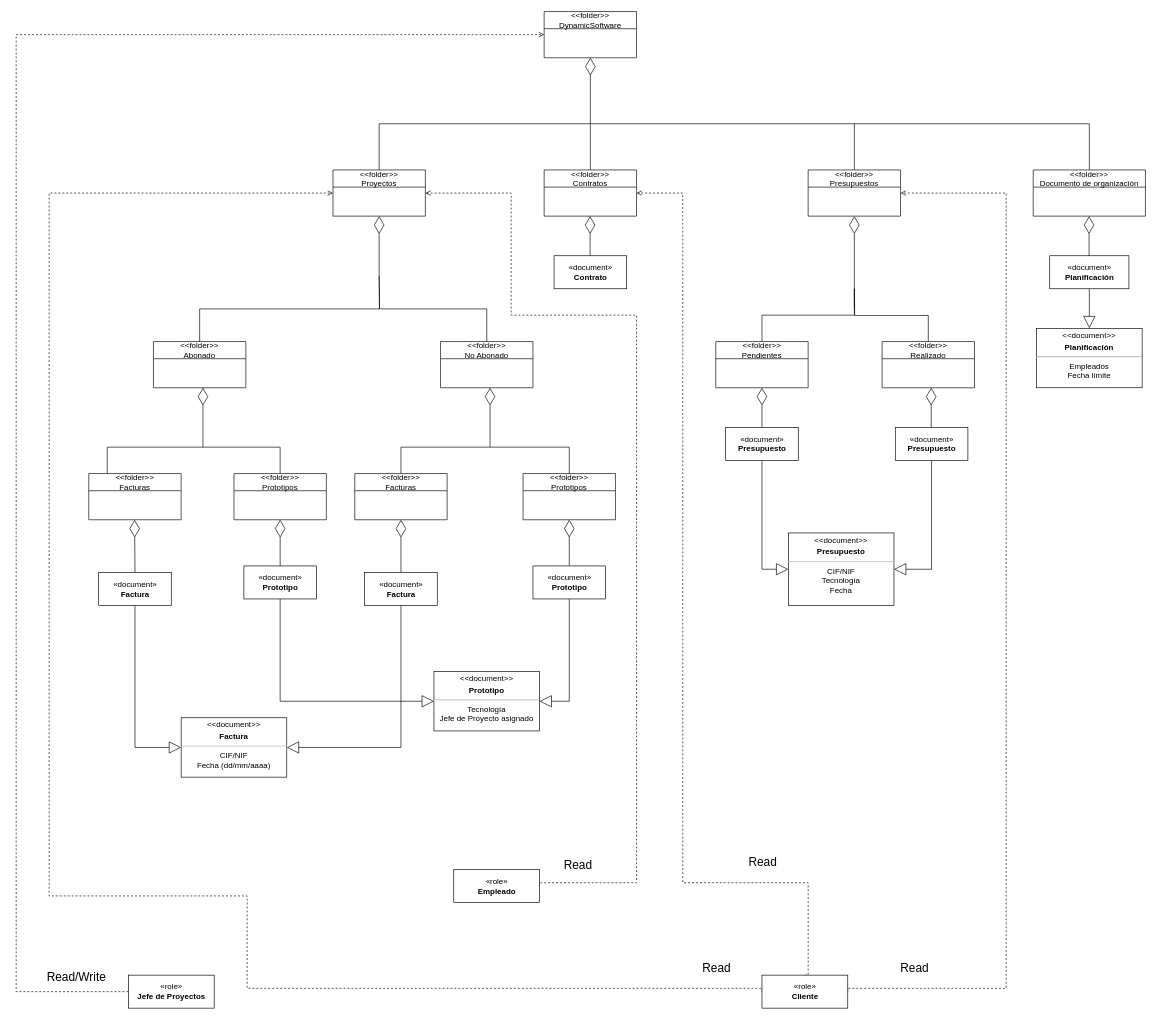
Above: Entrega 4 (19 Noviembre)/Documentación Análisis/Análisis UML DMS v2.drawio in EsDeSepa/GSI-2122-G04 (draw.io), before the change. Source tidied: cells renumbered, new cells numbered last; positions are measured from the earlier drawing's top-left corner, leaving out a move shared by most shapes. Both pictures are drawn from the tidied source at 66%, with x=0, y=0 at pixel (16, 11).
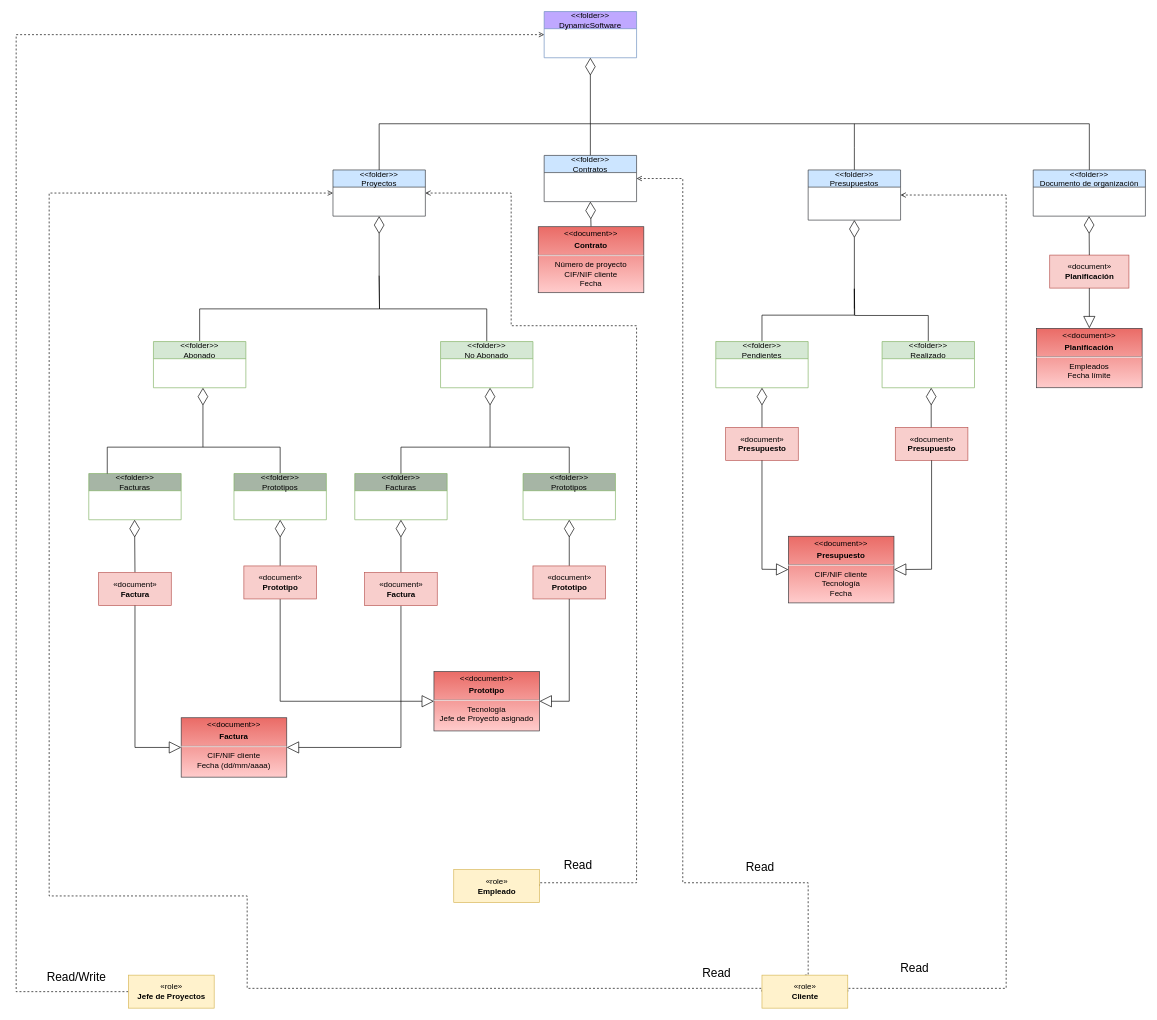
Above is the later version.

Commit message:
Modificacón coloración UML v2 para DMS-2

Diff of the diagram source:
```diff
@@
-    <mxCell id="2" value="&lt;&lt;folder&gt;&gt;&#10;DynamicSoftware" style="swimlane;fontStyle=0;horizontal=1;startSize=26;fillColor=none;" parent="1" vertex="1">
+    <mxCell id="2" value="&lt;&lt;folder&gt;&gt;&#10;DynamicSoftware" style="swimlane;fontStyle=0;horizontal=1;startSize=26;fillColor=#BFA8FF;strokeColor=#6c8ebf;" parent="1" vertex="1">
       <mxGeometry x="800" width="140" height="70" as="geometry" />
     </mxCell>
@@
-    <mxCell id="4" value="&lt;&lt;folder&gt;&gt;&#10;Contratos" style="swimlane;fontStyle=0;horizontal=1;startSize=26;fillColor=none;" parent="1" vertex="1">
-      <mxGeometry x="800" y="240" width="140" height="70" as="geometry" />
+    <mxCell id="4" value="&lt;&lt;folder&gt;&gt;&#10;Contratos" style="swimlane;fontStyle=0;horizontal=1;startSize=26;fillColor=#cce5ff;strokeColor=#36393d;" parent="1" vertex="1">
+      <mxGeometry x="800" y="218" width="140" height="70" as="geometry" />
     </mxCell>
-    <mxCell id="5" value="&lt;&lt;folder&gt;&gt;&#10;Facturas" style="swimlane;fontStyle=0;horizontal=1;startSize=26;fillColor=none;" parent="1" vertex="1">
+    <mxCell id="5" value="&lt;&lt;folder&gt;&gt;&#10;Facturas" style="swimlane;fontStyle=0;horizontal=1;startSize=26;fillColor=#A6B5A5;strokeColor=#82b366;" parent="1" vertex="1">
       <mxGeometry x="110" y="700" width="140" height="70" as="geometry" />
     </mxCell>
-    <mxCell id="6" value="&lt;&lt;folder&gt;&gt;&#10;Proyectos" style="swimlane;fontStyle=0;horizontal=1;startSize=26;fillColor=none;" parent="1" vertex="1">
+    <mxCell id="6" value="&lt;&lt;folder&gt;&gt;&#10;Proyectos" style="swimlane;fontStyle=0;horizontal=1;startSize=26;fillColor=#cce5ff;strokeColor=#36393d;" parent="1" vertex="1">
       <mxGeometry x="480" y="240" width="140" height="70" as="geometry" />
     </mxCell>
@@
-    <mxCell id="9" value="&lt;&lt;folder&gt;&gt;&#10;Presupuestos" style="swimlane;fontStyle=0;horizontal=1;startSize=26;fillColor=none;" parent="1" vertex="1">
-      <mxGeometry x="1200" y="240" width="140" height="70" as="geometry" />
+    <mxCell id="9" value="&lt;&lt;folder&gt;&gt;&#10;Presupuestos" style="swimlane;fontStyle=0;horizontal=1;startSize=26;fillColor=#cce5ff;strokeColor=#36393d;" parent="1" vertex="1">
+      <mxGeometry x="1200" y="240" width="140" height="76" as="geometry" />
     </mxCell>
@@
-    <mxCell id="11" value="&lt;&lt;folder&gt;&gt;&#10;Documento de organización" style="swimlane;fontStyle=0;horizontal=1;startSize=26;fillColor=none;" parent="1" vertex="1">
+    <mxCell id="11" value="&lt;&lt;folder&gt;&gt;&#10;Documento de organización" style="swimlane;fontStyle=0;horizontal=1;startSize=26;fillColor=#cce5ff;strokeColor=#36393d;" parent="1" vertex="1">
       <mxGeometry x="1541" y="240" width="170" height="70" as="geometry" />
     </mxCell>
@@
-    <mxCell id="15" value="&lt;&lt;folder&gt;&gt;&#10;Prototipos" style="swimlane;fontStyle=0;horizontal=1;startSize=26;fillColor=none;" parent="1" vertex="1">
+    <mxCell id="15" value="&lt;&lt;folder&gt;&gt;&#10;Prototipos" style="swimlane;fontStyle=0;horizontal=1;startSize=26;fillColor=#A6B5A5;strokeColor=#82b366;" parent="1" vertex="1">
       <mxGeometry x="330" y="700" width="140" height="70" as="geometry" />
     </mxCell>
@@
-    <mxCell id="18" value="«document»&lt;br&gt;&lt;b&gt;Contrato&lt;/b&gt;" style="html=1;" parent="1" vertex="1">
-      <mxGeometry x="815" y="370" width="110" height="50" as="geometry" />
-    </mxCell>
-    <mxCell id="19" style="endArrow=diamondThin;endFill=0;endSize=24;html=1;rounded=0;entryX=0.5;entryY=1;entryDx=0;entryDy=0;" parent="1" edge="1">
-      <mxGeometry relative="1" as="geometry">
-        <mxPoint x="869.6" y="370" as="sourcePoint" />
-        <mxPoint x="869.6" y="310" as="targetPoint" />
-      </mxGeometry>
+    <mxCell id="19" style="endArrow=diamondThin;endFill=0;endSize=24;html=1;rounded=0;entryX=0.5;entryY=1;entryDx=0;entryDy=0;exitX=0.5;exitY=0;exitDx=0;exitDy=0;" parent="1" edge="1" source="71" target="4">
+      <mxGeometry relative="1" as="geometry" />
     </mxCell>
-    <mxCell id="20" value="«document»&lt;br&gt;&lt;b&gt;Presupuesto&lt;/b&gt;" style="html=1;" parent="1" vertex="1">
+    <mxCell id="20" value="«document»&lt;br&gt;&lt;b&gt;Presupuesto&lt;/b&gt;" style="html=1;fillColor=#f8cecc;strokeColor=#b85450;" parent="1" vertex="1">
       <mxGeometry x="1075" y="630" width="110" height="50" as="geometry" />
     </mxCell>
-    <mxCell id="21" value="«document»&lt;br&gt;&lt;b&gt;Planificación&lt;/b&gt;" style="html=1;" parent="1" vertex="1">
-      <mxGeometry x="1566" y="370" width="120" height="50" as="geometry" />
+    <mxCell id="21" value="«document»&lt;br&gt;&lt;b&gt;Planificación&lt;/b&gt;" style="html=1;fillColor=#f8cecc;strokeColor=#b85450;" parent="1" vertex="1">
+      <mxGeometry x="1566" y="369" width="120" height="50" as="geometry" />
     </mxCell>
-    <mxCell id="22" style="endArrow=diamondThin;endFill=0;endSize=24;html=1;rounded=0;entryX=0.5;entryY=1;entryDx=0;entryDy=0;" parent="1" edge="1">
+    <mxCell id="22" style="endArrow=diamondThin;endFill=0;endSize=24;html=1;rounded=0;entryX=0.5;entryY=1;entryDx=0;entryDy=0;exitX=0.5;exitY=0;exitDx=0;exitDy=0;" parent="1" edge="1" source="21">
       <mxGeometry relative="1" as="geometry">
-        <mxPoint x="1625.6" y="370" as="sourcePoint" />
         <mxPoint x="1625.6" y="310" as="targetPoint" />
       </mxGeometry>
     </mxCell>
@@
-    <mxCell id="24" value="&lt;&lt;folder&gt;&gt;&#10;Abonado" style="swimlane;fontStyle=0;horizontal=1;startSize=26;fillColor=none;" parent="1" vertex="1">
+    <mxCell id="24" value="&lt;&lt;folder&gt;&gt;&#10;Abonado" style="swimlane;fontStyle=0;horizontal=1;startSize=26;fillColor=#d5e8d4;strokeColor=#82b366;" parent="1" vertex="1">
       <mxGeometry x="208" y="500" width="140" height="70" as="geometry" />
     </mxCell>
-    <mxCell id="25" value="&lt;&lt;folder&gt;&gt;&#10;Facturas" style="swimlane;fontStyle=0;horizontal=1;startSize=26;fillColor=none;" parent="1" vertex="1">
+    <mxCell id="25" value="&lt;&lt;folder&gt;&gt;&#10;Facturas" style="swimlane;fontStyle=0;horizontal=1;startSize=26;fillColor=#A6B5A5;strokeColor=#82b366;" parent="1" vertex="1">
       <mxGeometry x="513" y="700" width="140" height="70" as="geometry" />
     </mxCell>
@@
-    <mxCell id="29" value="&lt;&lt;folder&gt;&gt;&#10;Prototipos" style="swimlane;fontStyle=0;horizontal=1;startSize=26;fillColor=none;" parent="1" vertex="1">
+    <mxCell id="29" value="&lt;&lt;folder&gt;&gt;&#10;Prototipos" style="swimlane;fontStyle=0;horizontal=1;startSize=26;fillColor=#A6B5A5;strokeColor=#82b366;" parent="1" vertex="1">
       <mxGeometry x="768" y="700" width="140" height="70" as="geometry" />
     </mxCell>
@@
-    <mxCell id="33" value="&lt;&lt;folder&gt;&gt;&#10;No Abonado" style="swimlane;fontStyle=0;horizontal=1;startSize=26;fillColor=none;" parent="1" vertex="1">
+    <mxCell id="33" value="&lt;&lt;folder&gt;&gt;&#10;No Abonado" style="swimlane;fontStyle=0;horizontal=1;startSize=26;fillColor=#d5e8d4;strokeColor=#82b366;" parent="1" vertex="1">
       <mxGeometry x="643" y="500" width="140" height="70" as="geometry" />
     </mxCell>
@@
-    <mxCell id="36" value="&lt;&lt;folder&gt;&gt;&#10;Pendientes" style="swimlane;fontStyle=0;horizontal=1;startSize=26;fillColor=none;" parent="1" vertex="1">
+    <mxCell id="36" value="&lt;&lt;folder&gt;&gt;&#10;Pendientes" style="swimlane;fontStyle=0;horizontal=1;startSize=26;fillColor=#d5e8d4;strokeColor=#82b366;" parent="1" vertex="1">
       <mxGeometry x="1060" y="500" width="140" height="70" as="geometry" />
     </mxCell>
@@
-    <mxCell id="38" value="&lt;&lt;folder&gt;&gt;&#10;Realizado" style="swimlane;fontStyle=0;horizontal=1;startSize=26;fillColor=none;" parent="1" vertex="1">
+    <mxCell id="38" value="&lt;&lt;folder&gt;&gt;&#10;Realizado" style="swimlane;fontStyle=0;horizontal=1;startSize=26;fillColor=#d5e8d4;strokeColor=#82b366;" parent="1" vertex="1">
       <mxGeometry x="1312" y="500" width="140" height="70" as="geometry" />
     </mxCell>
@@
-    <mxCell id="41" value="«document»&lt;br&gt;&lt;b&gt;Presupuesto&lt;/b&gt;" style="html=1;" parent="1" vertex="1">
+    <mxCell id="41" value="«document»&lt;br&gt;&lt;b&gt;Presupuesto&lt;/b&gt;" style="html=1;fillColor=#f8cecc;strokeColor=#b85450;" parent="1" vertex="1">
       <mxGeometry x="1332" y="630" width="110" height="50" as="geometry" />
     </mxCell>
@@
-    <mxCell id="43" value="«document»&lt;br&gt;&lt;b&gt;Factura&lt;/b&gt;" style="html=1;" parent="1" vertex="1">
+    <mxCell id="43" value="«document»&lt;br&gt;&lt;b&gt;Factura&lt;/b&gt;" style="html=1;fillColor=#f8cecc;strokeColor=#b85450;" parent="1" vertex="1">
       <mxGeometry x="125" y="850" width="110" height="50" as="geometry" />
     </mxCell>
@@
-    <mxCell id="48" value="«document»&lt;br&gt;&lt;b&gt;Prototipo&lt;/b&gt;" style="html=1;" parent="1" vertex="1">
+    <mxCell id="48" value="«document»&lt;br&gt;&lt;b&gt;Prototipo&lt;/b&gt;" style="html=1;fillColor=#f8cecc;strokeColor=#b85450;" parent="1" vertex="1">
       <mxGeometry x="783" y="840" width="110" height="50" as="geometry" />
     </mxCell>
@@
-    <mxCell id="53" value="«role»&lt;br&gt;&lt;b&gt;Jefe de Proyectos&lt;/b&gt;" style="html=1;" parent="1" vertex="1">
+    <mxCell id="53" value="«role»&lt;br&gt;&lt;b&gt;Jefe de Proyectos&lt;/b&gt;" style="html=1;fillColor=#fff2cc;strokeColor=#d6b656;" parent="1" vertex="1">
       <mxGeometry x="170" y="1460" width="130" height="50" as="geometry" />
     </mxCell>
-    <mxCell id="54" value="&lt;p style=&quot;margin: 4px 0px 0px ; text-align: center&quot;&gt;&amp;lt;&amp;lt;document&amp;gt;&amp;gt;&lt;/p&gt;&lt;p style=&quot;margin: 4px 0px 0px ; text-align: center&quot;&gt;&lt;b&gt;Prototipo&lt;/b&gt;&lt;/p&gt;&lt;hr&gt;&lt;p style=&quot;margin: 0px ; margin-left: 8px&quot;&gt;&lt;/p&gt;&lt;div style=&quot;text-align: center&quot;&gt;&lt;span&gt;Tecnología&lt;/span&gt;&lt;/div&gt;&lt;div style=&quot;text-align: center&quot;&gt;&lt;span&gt;Jefe de Proyecto asignado&lt;/span&gt;&lt;/div&gt;&lt;p&gt;&lt;/p&gt;" style="verticalAlign=top;align=left;overflow=fill;fontSize=12;fontFamily=Helvetica;html=1;" parent="1" vertex="1">
+    <mxCell id="54" value="&lt;p style=&quot;margin: 4px 0px 0px ; text-align: center&quot;&gt;&amp;lt;&amp;lt;document&amp;gt;&amp;gt;&lt;/p&gt;&lt;p style=&quot;margin: 4px 0px 0px ; text-align: center&quot;&gt;&lt;b&gt;Prototipo&lt;/b&gt;&lt;/p&gt;&lt;hr&gt;&lt;p style=&quot;margin: 0px ; margin-left: 8px&quot;&gt;&lt;/p&gt;&lt;div style=&quot;text-align: center&quot;&gt;&lt;span&gt;Tecnología&lt;/span&gt;&lt;/div&gt;&lt;div style=&quot;text-align: center&quot;&gt;&lt;span&gt;Jefe de Proyecto asignado&lt;/span&gt;&lt;/div&gt;&lt;p&gt;&lt;/p&gt;" style="verticalAlign=top;align=left;overflow=fill;fontSize=12;fontFamily=Helvetica;html=1;fillColor=#ffcccc;strokeColor=#36393d;gradientDirection=north;gradientColor=#EA6B66;" parent="1" vertex="1">
       <mxGeometry x="633" y="1000" width="160" height="90" as="geometry" />
     </mxCell>
-    <mxCell id="55" value="«document»&lt;br&gt;&lt;b&gt;Prototipo&lt;/b&gt;" style="html=1;" parent="1" vertex="1">
+    <mxCell id="55" value="«document»&lt;br&gt;&lt;b&gt;Prototipo&lt;/b&gt;" style="html=1;fillColor=#f8cecc;strokeColor=#b85450;" parent="1" vertex="1">
       <mxGeometry x="345" y="840" width="110" height="50" as="geometry" />
     </mxCell>
-    <mxCell id="56" value="&lt;p style=&quot;margin: 4px 0px 0px ; text-align: center&quot;&gt;&amp;lt;&amp;lt;document&amp;gt;&amp;gt;&lt;/p&gt;&lt;p style=&quot;margin: 4px 0px 0px ; text-align: center&quot;&gt;&lt;b&gt;Factura&lt;/b&gt;&lt;/p&gt;&lt;hr&gt;&lt;p style=&quot;margin: 0px ; margin-left: 8px&quot;&gt;&lt;/p&gt;&lt;div style=&quot;text-align: center&quot;&gt;&lt;span&gt;CIF/NIF&lt;/span&gt;&lt;/div&gt;&lt;div style=&quot;text-align: center&quot;&gt;&lt;span&gt;Fecha (dd/mm/aaaa)&lt;/span&gt;&lt;/div&gt;&lt;p&gt;&lt;/p&gt;" style="verticalAlign=top;align=left;overflow=fill;fontSize=12;fontFamily=Helvetica;html=1;" parent="1" vertex="1">
+    <mxCell id="56" value="&lt;p style=&quot;margin: 4px 0px 0px ; text-align: center&quot;&gt;&amp;lt;&amp;lt;document&amp;gt;&amp;gt;&lt;/p&gt;&lt;p style=&quot;margin: 4px 0px 0px ; text-align: center&quot;&gt;&lt;b&gt;Factura&lt;/b&gt;&lt;/p&gt;&lt;hr&gt;&lt;p style=&quot;margin: 0px ; margin-left: 8px&quot;&gt;&lt;/p&gt;&lt;div style=&quot;text-align: center&quot;&gt;&lt;span&gt;CIF/NIF cliente&lt;/span&gt;&lt;/div&gt;&lt;div style=&quot;text-align: center&quot;&gt;&lt;span&gt;Fecha (dd/mm/aaaa)&lt;/span&gt;&lt;/div&gt;&lt;p&gt;&lt;/p&gt;" style="verticalAlign=top;align=left;overflow=fill;fontSize=12;fontFamily=Helvetica;html=1;fillColor=#ffcccc;strokeColor=#36393d;gradientDirection=north;gradientColor=#EA6B66;" parent="1" vertex="1">
       <mxGeometry x="250" y="1070" width="160" height="90" as="geometry" />
     </mxCell>
-    <mxCell id="57" value="«document»&lt;br&gt;&lt;b&gt;Factura&lt;/b&gt;" style="html=1;" parent="1" vertex="1">
+    <mxCell id="57" value="«document»&lt;br&gt;&lt;b&gt;Factura&lt;/b&gt;" style="html=1;fillColor=#f8cecc;strokeColor=#b85450;" parent="1" vertex="1">
       <mxGeometry x="528" y="850" width="110" height="50" as="geometry" />
     </mxCell>
-    <mxCell id="58" value="&lt;p style=&quot;margin: 4px 0px 0px ; text-align: center&quot;&gt;&amp;lt;&amp;lt;document&amp;gt;&amp;gt;&lt;/p&gt;&lt;p style=&quot;margin: 4px 0px 0px ; text-align: center&quot;&gt;&lt;b&gt;Presupuesto&lt;/b&gt;&lt;/p&gt;&lt;hr&gt;&lt;p style=&quot;margin: 0px ; margin-left: 8px&quot;&gt;&lt;/p&gt;&lt;div style=&quot;text-align: center&quot;&gt;&lt;span&gt;CIF/NIF&lt;/span&gt;&lt;/div&gt;&lt;div style=&quot;text-align: center&quot;&gt;&lt;span&gt;Tecnología&lt;/span&gt;&lt;/div&gt;&lt;div style=&quot;text-align: center&quot;&gt;&lt;span&gt;Fecha&lt;/span&gt;&lt;/div&gt;&lt;p&gt;&lt;/p&gt;" style="verticalAlign=top;align=left;overflow=fill;fontSize=12;fontFamily=Helvetica;html=1;" parent="1" vertex="1">
-      <mxGeometry x="1170" y="790" width="160" height="110" as="geometry" />
+    <mxCell id="58" value="&lt;p style=&quot;margin: 4px 0px 0px ; text-align: center&quot;&gt;&amp;lt;&amp;lt;document&amp;gt;&amp;gt;&lt;/p&gt;&lt;p style=&quot;margin: 4px 0px 0px ; text-align: center&quot;&gt;&lt;b&gt;Presupuesto&lt;/b&gt;&lt;/p&gt;&lt;hr&gt;&lt;p style=&quot;margin: 0px ; margin-left: 8px&quot;&gt;&lt;/p&gt;&lt;div style=&quot;text-align: center&quot;&gt;&lt;span&gt;CIF/NIF cliente&lt;/span&gt;&lt;/div&gt;&lt;div style=&quot;text-align: center&quot;&gt;&lt;span&gt;Tecnología&lt;/span&gt;&lt;/div&gt;&lt;div style=&quot;text-align: center&quot;&gt;&lt;span&gt;Fecha&lt;/span&gt;&lt;/div&gt;&lt;p&gt;&lt;/p&gt;" style="verticalAlign=top;align=left;overflow=fill;fontSize=12;fontFamily=Helvetica;html=1;fillColor=#ffcccc;strokeColor=#36393d;gradientDirection=north;gradientColor=#EA6B66;" parent="1" vertex="1">
+      <mxGeometry x="1170" y="795" width="160" height="101" as="geometry" />
     </mxCell>
-    <mxCell id="59" value="&lt;p style=&quot;margin: 4px 0px 0px ; text-align: center&quot;&gt;&amp;lt;&amp;lt;document&amp;gt;&amp;gt;&lt;/p&gt;&lt;p style=&quot;margin: 4px 0px 0px ; text-align: center&quot;&gt;&lt;b&gt;Planificación&lt;/b&gt;&lt;/p&gt;&lt;hr&gt;&lt;p style=&quot;margin: 0px ; margin-left: 8px&quot;&gt;&lt;/p&gt;&lt;div style=&quot;text-align: center&quot;&gt;&lt;span&gt;Empleados&lt;/span&gt;&lt;/div&gt;&lt;div style=&quot;text-align: center&quot;&gt;&lt;span&gt;Fecha límite&lt;/span&gt;&lt;/div&gt;&lt;p&gt;&lt;/p&gt;" style="verticalAlign=top;align=left;overflow=fill;fontSize=12;fontFamily=Helvetica;html=1;" parent="1" vertex="1">
+    <mxCell id="59" value="&lt;p style=&quot;margin: 4px 0px 0px ; text-align: center&quot;&gt;&amp;lt;&amp;lt;document&amp;gt;&amp;gt;&lt;/p&gt;&lt;p style=&quot;margin: 4px 0px 0px ; text-align: center&quot;&gt;&lt;b&gt;Planificación&lt;/b&gt;&lt;/p&gt;&lt;hr&gt;&lt;p style=&quot;margin: 0px ; margin-left: 8px&quot;&gt;&lt;/p&gt;&lt;div style=&quot;text-align: center&quot;&gt;&lt;span&gt;Empleados&lt;/span&gt;&lt;/div&gt;&lt;div style=&quot;text-align: center&quot;&gt;&lt;span&gt;Fecha límite&lt;/span&gt;&lt;/div&gt;&lt;p&gt;&lt;/p&gt;" style="verticalAlign=top;align=left;overflow=fill;fontSize=12;fontFamily=Helvetica;html=1;fillColor=#ffcccc;strokeColor=#36393d;gradientDirection=north;gradientColor=#EA6B66;" parent="1" vertex="1">
       <mxGeometry x="1546" y="480" width="160" height="90" as="geometry" />
     </mxCell>
     <mxCell id="60" style="edgeStyle=orthogonalEdgeStyle;rounded=0;jettySize=auto;html=1;exitX=1;exitY=0.5;exitDx=0;exitDy=0;entryX=1;entryY=0.5;entryDx=0;entryDy=0;dashed=1;endArrow=open;endFill=0;" parent="1" edge="1" source="63" target="9">
       <mxGeometry relative="1" as="geometry">
         <Array as="points">
           <mxPoint x="1260" y="1480" />
           <mxPoint x="1500" y="1480" />
-          <mxPoint x="1500" y="275" />
+          <mxPoint x="1500" y="278" />
         </Array>
       </mxGeometry>
     </mxCell>
@@
     <mxCell id="62" style="edgeStyle=orthogonalEdgeStyle;rounded=0;jettySize=auto;html=1;exitX=0.5;exitY=0;exitDx=0;exitDy=0;entryX=1;entryY=0.5;entryDx=0;entryDy=0;dashed=1;fontSize=18;endArrow=open;endFill=0;" parent="1" edge="1" source="63" target="4">
       <mxGeometry relative="1" as="geometry">
         <Array as="points">
           <mxPoint x="1200" y="1460" />
           <mxPoint x="1200" y="1320" />
           <mxPoint x="1010" y="1320" />
-          <mxPoint x="1010" y="275" />
+          <mxPoint x="1010" y="253" />
         </Array>
       </mxGeometry>
     </mxCell>
-    <mxCell id="63" value="«role»&lt;br&gt;&lt;b&gt;Cliente&lt;/b&gt;" style="html=1;" parent="1" vertex="1">
+    <mxCell id="63" value="«role»&lt;br&gt;&lt;b&gt;Cliente&lt;/b&gt;" style="html=1;fillColor=#fff2cc;strokeColor=#d6b656;" parent="1" vertex="1">
       <mxGeometry x="1130" y="1460" width="130" height="50" as="geometry" />
     </mxCell>
@@
     <mxCell id="66" value="Read" style="edgeLabel;html=1;align=center;verticalAlign=middle;fontSize=18;" parent="1" vertex="1">
-      <mxGeometry x="1130" y="1325" as="geometry">
+      <mxGeometry x="1126" y="1332" as="geometry">
         <mxPoint y="-37" as="offset" />
       </mxGeometry>
     </mxCell>
     <mxCell id="67" value="Read" style="edgeLabel;html=1;align=center;verticalAlign=middle;fontSize=18;" parent="1" vertex="1">
-      <mxGeometry x="1060" y="1485" as="geometry">
+      <mxGeometry x="1060" y="1493" as="geometry">
         <mxPoint y="-37" as="offset" />
       </mxGeometry>
     </mxCell>
     <mxCell id="68" style="edgeStyle=orthogonalEdgeStyle;rounded=0;jettySize=auto;html=1;exitX=1;exitY=0.5;exitDx=0;exitDy=0;entryX=1;entryY=0.5;entryDx=0;entryDy=0;fontSize=18;endArrow=open;endFill=0;dashed=1;" parent="1" edge="1" source="69" target="6">
       <mxGeometry relative="1" as="geometry">
         <Array as="points">
           <mxPoint x="793" y="1320" />
           <mxPoint x="940" y="1320" />
-          <mxPoint x="940" y="460" />
-          <mxPoint x="750" y="460" />
+          <mxPoint x="940" y="476" />
+          <mxPoint x="750" y="476" />
           <mxPoint x="750" y="275" />
         </Array>
       </mxGeometry>
     </mxCell>
-    <mxCell id="69" value="«role»&lt;br&gt;&lt;b&gt;Empleado&lt;/b&gt;" style="html=1;" parent="1" vertex="1">
+    <mxCell id="69" value="«role»&lt;br&gt;&lt;b&gt;Empleado&lt;/b&gt;" style="html=1;fillColor=#fff2cc;strokeColor=#d6b656;" parent="1" vertex="1">
       <mxGeometry x="663" y="1300" width="130" height="50" as="geometry" />
     </mxCell>
@@
+    <mxCell id="71" value="&lt;p style=&quot;margin: 4px 0px 0px ; text-align: center&quot;&gt;&amp;lt;&amp;lt;document&amp;gt;&amp;gt;&lt;/p&gt;&lt;p style=&quot;margin: 4px 0px 0px ; text-align: center&quot;&gt;&lt;b&gt;Contrato&lt;/b&gt;&lt;/p&gt;&lt;hr&gt;&lt;p style=&quot;margin: 0px ; margin-left: 8px&quot;&gt;&lt;/p&gt;&lt;div style=&quot;text-align: center&quot;&gt;&lt;span&gt;Número de proyecto&lt;br&gt;&lt;/span&gt;&lt;/div&gt;&lt;div style=&quot;text-align: center&quot;&gt;&lt;span&gt;CIF/NIF cliente&lt;/span&gt;&lt;/div&gt;&lt;div style=&quot;text-align: center&quot;&gt;&lt;span&gt;Fecha&lt;/span&gt;&lt;/div&gt;&lt;p&gt;&lt;/p&gt;" style="verticalAlign=top;align=left;overflow=fill;fontSize=12;fontFamily=Helvetica;html=1;fillColor=#ffcccc;strokeColor=#36393d;gradientDirection=north;gradientColor=#EA6B66;" parent="1" vertex="1">
+      <mxGeometry x="791" y="326" width="160" height="100" as="geometry" />
+    </mxCell>
```
